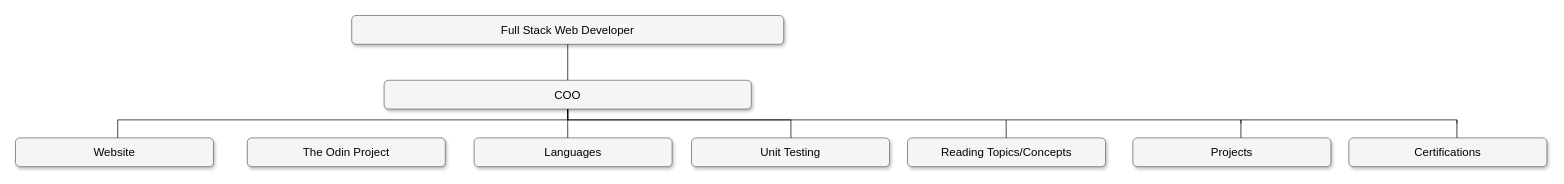
Above: Untitled Diagram.drawio in ahsanriazahmad/Diagrams (draw.io), before the change. Source tidied: cells renumbered, new cells numbered last; positions are measured from the earlier drawing's top-left corner, leaving out a move shared by most shapes. Both pictures are drawn from the tidied source at 72%, with x=0, y=0 at pixel (15, 15).
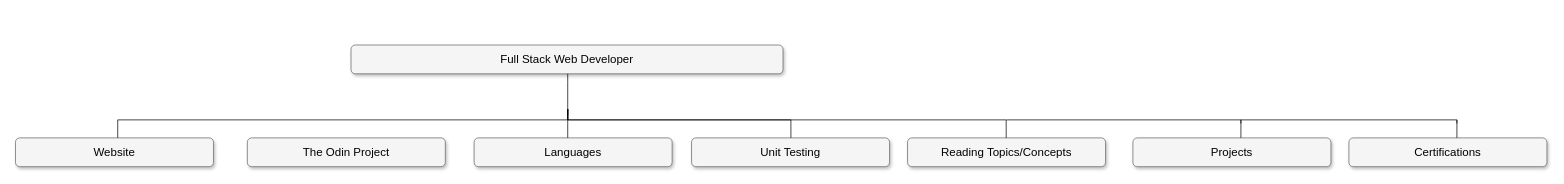
The same page after the edit.

Unchanged cells that the change refers to:
```xml
<mxCell id="5" value="Languages" style="whiteSpace=wrap;html=1;rounded=1;shadow=1;strokeWidth=1;fontSize=16;align=center;fillColor=#f5f5f5;strokeColor=#666666;" parent="1" vertex="1">
  <mxGeometry x="637" y="170" width="275" height="40" as="geometry" />
</mxCell>
<mxCell id="6" value="Website" style="whiteSpace=wrap;html=1;rounded=1;shadow=1;strokeWidth=1;fontSize=16;align=center;fillColor=#f5f5f5;strokeColor=#666666;" parent="1" vertex="1">
  <mxGeometry y="170" width="275" height="40" as="geometry" />
</mxCell>
<mxCell id="7" value="Unit Testing" style="whiteSpace=wrap;html=1;rounded=1;shadow=1;strokeWidth=1;fontSize=16;align=center;fillColor=#f5f5f5;strokeColor=#666666;" parent="1" vertex="1">
  <mxGeometry x="939" y="170" width="275" height="40" as="geometry" />
</mxCell>
<mxCell id="8" value="Reading Topics/Concepts" style="whiteSpace=wrap;html=1;rounded=1;shadow=1;strokeWidth=1;fontSize=16;align=center;fillColor=#f5f5f5;strokeColor=#666666;" parent="1" vertex="1">
  <mxGeometry x="1239" y="170" width="275" height="40" as="geometry" />
</mxCell>
```

Change to the diagram source:
```diff
@@
-<mxGraphModel>
+<mxGraphModel background="#FFFFFF">
@@
     <mxCell id="2" value="Full Stack Web Developer" style="whiteSpace=wrap;html=1;rounded=1;shadow=1;strokeWidth=1;fontSize=16;align=center;fillColor=#f5f5f5;strokeColor=#666666;" parent="1" vertex="1">
-      <mxGeometry x="467" width="600" height="40" as="geometry" />
+      <mxGeometry x="466" y="41" width="600" height="40" as="geometry" />
     </mxCell>
-    <mxCell id="3" value="COO" style="whiteSpace=wrap;html=1;rounded=1;shadow=1;strokeWidth=1;fontSize=16;align=center;fillColor=#f5f5f5;strokeColor=#666666;" parent="1" vertex="1">
-      <mxGeometry x="512" y="90" width="510" height="40" as="geometry" />
-    </mxCell>
@@
-    <mxCell id="9" style="edgeStyle=orthogonalEdgeStyle;html=1;startSize=6;endFill=0;endSize=6;strokeWidth=1;fontSize=16;rounded=0;endArrow=none;" parent="1" edge="1" source="2" target="3">
-      <mxGeometry relative="1" as="geometry" />
+    <mxCell id="9" style="edgeStyle=orthogonalEdgeStyle;html=1;startSize=6;endFill=0;endSize=6;strokeWidth=1;fontSize=16;rounded=0;endArrow=none;" parent="1" edge="1" source="2">
+      <mxGeometry relative="1" as="geometry">
+        <mxPoint x="767" y="138" as="targetPoint" />
+        <Array as="points">
+          <mxPoint x="767" y="93" />
+          <mxPoint x="767" y="93" />
+        </Array>
+      </mxGeometry>
     </mxCell>
-    <mxCell id="10" style="edgeStyle=elbowEdgeStyle;html=1;startSize=6;endFill=0;endSize=6;strokeWidth=1;fontSize=16;rounded=0;endArrow=none;" parent="1" edge="1" source="3" target="5">
+    <mxCell id="10" style="edgeStyle=elbowEdgeStyle;html=1;startSize=6;endFill=0;endSize=6;strokeWidth=1;fontSize=16;rounded=0;endArrow=none;" parent="1" edge="1" target="5">
       <mxGeometry relative="1" as="geometry">
+        <mxPoint x="767" y="130" as="sourcePoint" />
         <Array as="points">
           <mxPoint x="767" y="150" />
         </Array>
       </mxGeometry>
     </mxCell>
-    <mxCell id="11" style="edgeStyle=orthogonalEdgeStyle;html=1;startSize=6;endFill=0;endSize=6;strokeWidth=1;fontSize=16;rounded=0;endArrow=none;exitX=0.5;exitY=1;" parent="1" edge="1" source="3" target="6">
+    <mxCell id="11" style="edgeStyle=orthogonalEdgeStyle;html=1;startSize=6;endFill=0;endSize=6;strokeWidth=1;fontSize=16;rounded=0;endArrow=none;exitX=0.5;exitY=1;" parent="1" edge="1" target="6">
       <mxGeometry relative="1" as="geometry">
+        <mxPoint x="767" y="130" as="sourcePoint" />
         <Array as="points">
           <mxPoint x="767" y="145" />
           <mxPoint x="142" y="145" />
         </Array>
       </mxGeometry>
     </mxCell>
-    <mxCell id="12" style="edgeStyle=orthogonalEdgeStyle;html=1;startSize=6;endFill=0;endSize=6;strokeWidth=1;fontSize=16;rounded=0;endArrow=none;" parent="1" edge="1" source="3" target="7">
+    <mxCell id="12" style="edgeStyle=orthogonalEdgeStyle;html=1;startSize=6;endFill=0;endSize=6;strokeWidth=1;fontSize=16;rounded=0;endArrow=none;" parent="1" edge="1" target="7">
       <mxGeometry relative="1" as="geometry">
+        <mxPoint x="767.1" y="130" as="sourcePoint" />
         <Array as="points">
           <mxPoint x="767" y="145" />
           <mxPoint x="1077" y="145" />
         </Array>
       </mxGeometry>
     </mxCell>
-    <mxCell id="13" style="edgeStyle=orthogonalEdgeStyle;html=1;startSize=6;endFill=0;endSize=6;strokeWidth=1;fontSize=16;rounded=0;endArrow=none;" parent="1" edge="1" source="3" target="8">
+    <mxCell id="13" style="edgeStyle=orthogonalEdgeStyle;html=1;startSize=6;endFill=0;endSize=6;strokeWidth=1;fontSize=16;rounded=0;endArrow=none;" parent="1" edge="1" target="8">
       <mxGeometry relative="1" as="geometry">
+        <mxPoint x="767.1" y="130" as="sourcePoint" />
         <Array as="points">
           <mxPoint x="767" y="145" />
           <mxPoint x="1376" y="145" />
         </Array>
       </mxGeometry>
     </mxCell>
```
